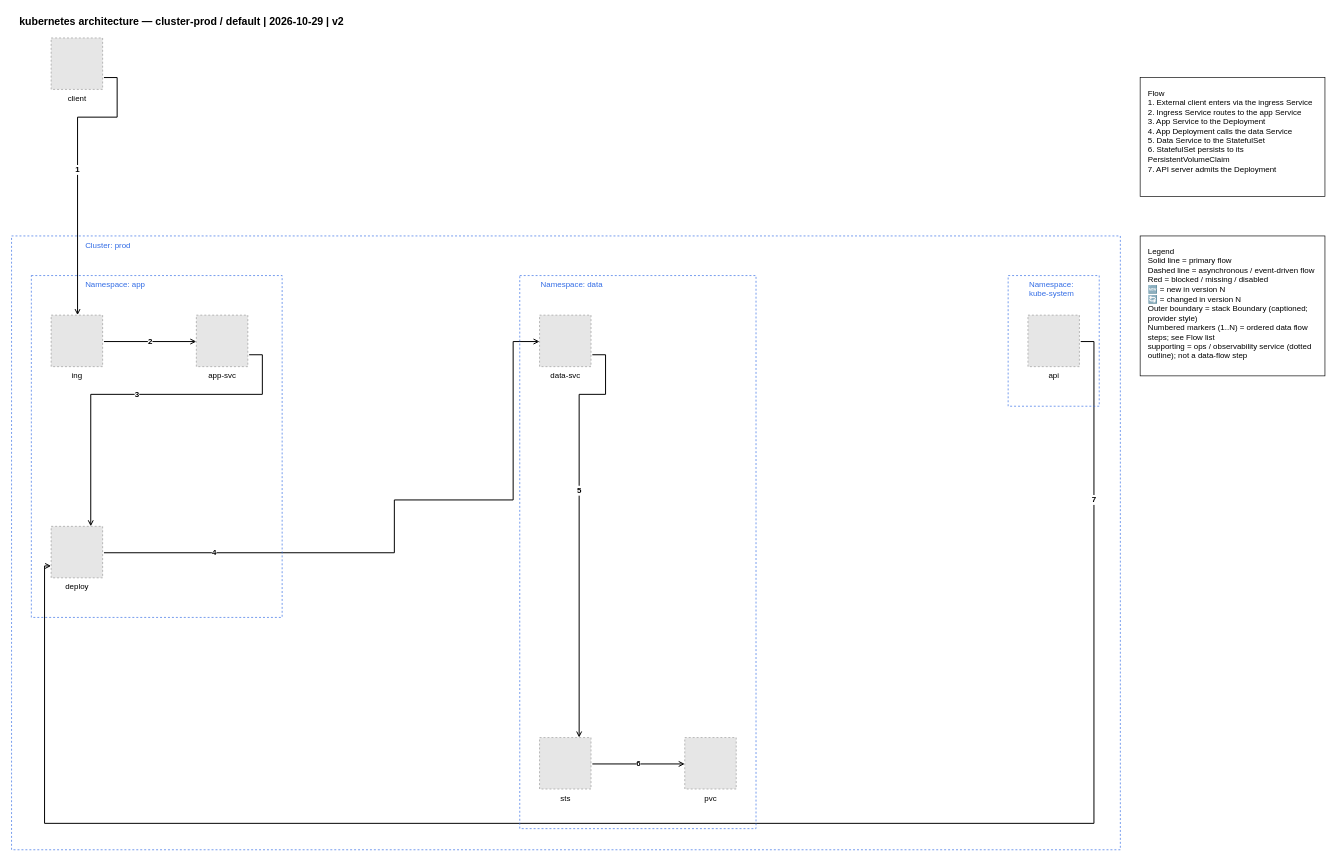
totoshko88/Cloud_Architecture keeps this draw.io diagram as examples/kubernetes/01-kubernetes-architecture-summary.drawio. Above is the earlier version. Source tidied: cells renumbered, new cells numbered last; positions are measured from the earlier drawing's top-left corner, leaving out a move shared by most shapes. Both pictures are drawn from the tidied source at 66%, with x=0, y=0 at pixel (11, 11). Pictures stored in the file or linked from it are replaced by grey dashed boxes.
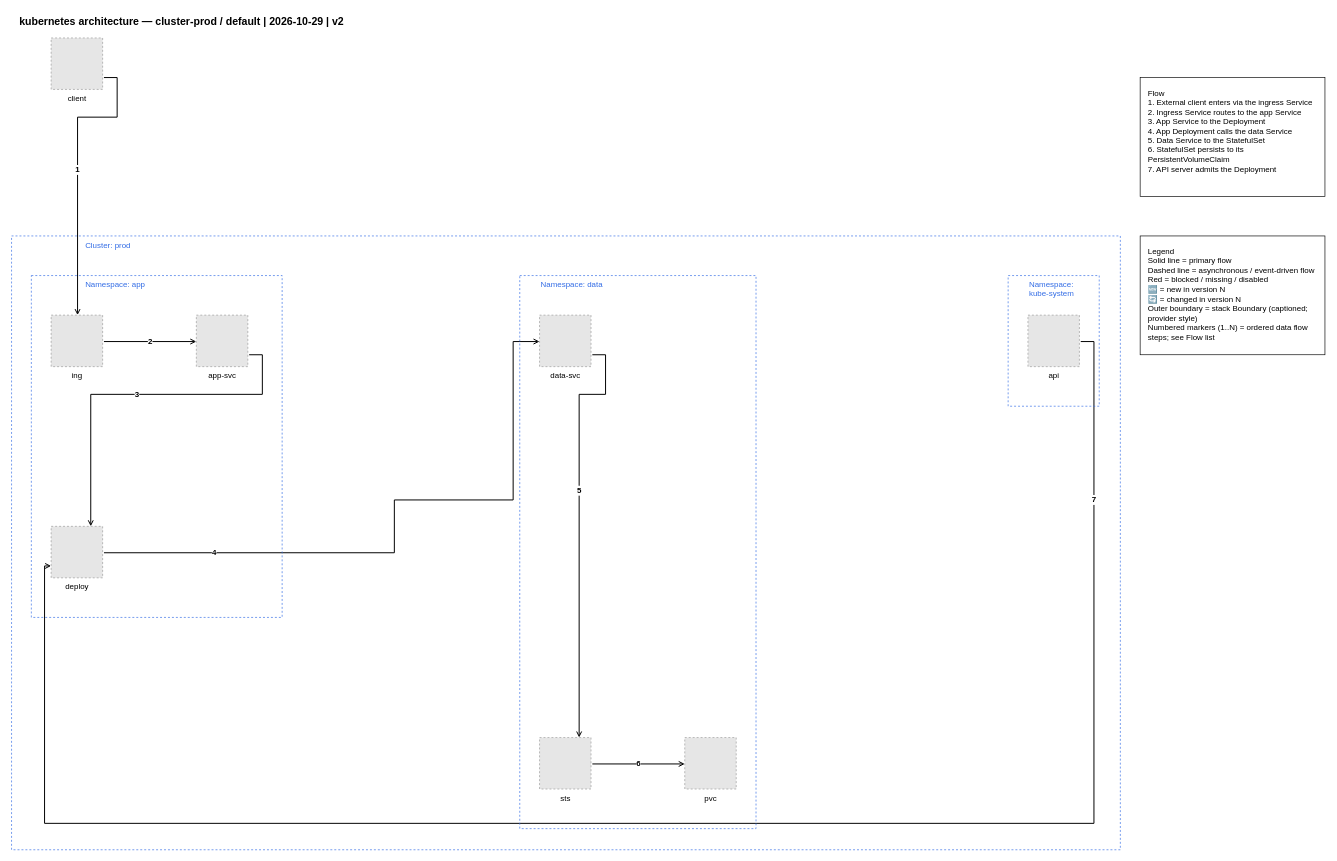
After the change.

Diff of the diagram source:
```diff
@@
-    <mxCell id="23" value="Legend&#10;Solid line = primary flow&#10;Dashed line = asynchronous / event-driven flow&#10;Red = blocked / missing / disabled&#10;🆕 = new in version N&#10;🔄 = changed in version N&#10;Outer boundary = stack Boundary (captioned; provider style)&#10;Numbered markers (1..N) = ordered data flow steps; see Flow list&#10;supporting = ops / observability service (dotted outline); not a data-flow step" style="text;html=1;align=left;verticalAlign=top;fontSize=12;whiteSpace=wrap;strokeColor=#000000;fillColor=#FFFFFF;spacingLeft=10;spacingRight=10;spacingTop=10;spacingBottom=10;" parent="1" vertex="1">
-      <mxGeometry x="1710" y="340" width="280" height="212" as="geometry" />
+    <mxCell id="23" value="Legend&#10;Solid line = primary flow&#10;Dashed line = asynchronous / event-driven flow&#10;Red = blocked / missing / disabled&#10;🆕 = new in version N&#10;🔄 = changed in version N&#10;Outer boundary = stack Boundary (captioned; provider style)&#10;Numbered markers (1..N) = ordered data flow steps; see Flow list" style="text;html=1;align=left;verticalAlign=top;fontSize=12;whiteSpace=wrap;strokeColor=#000000;fillColor=#FFFFFF;spacingLeft=10;spacingRight=10;spacingTop=10;spacingBottom=10;" parent="1" vertex="1">
+      <mxGeometry x="1710" y="340" width="280" height="180" as="geometry" />
     </mxCell>
```
